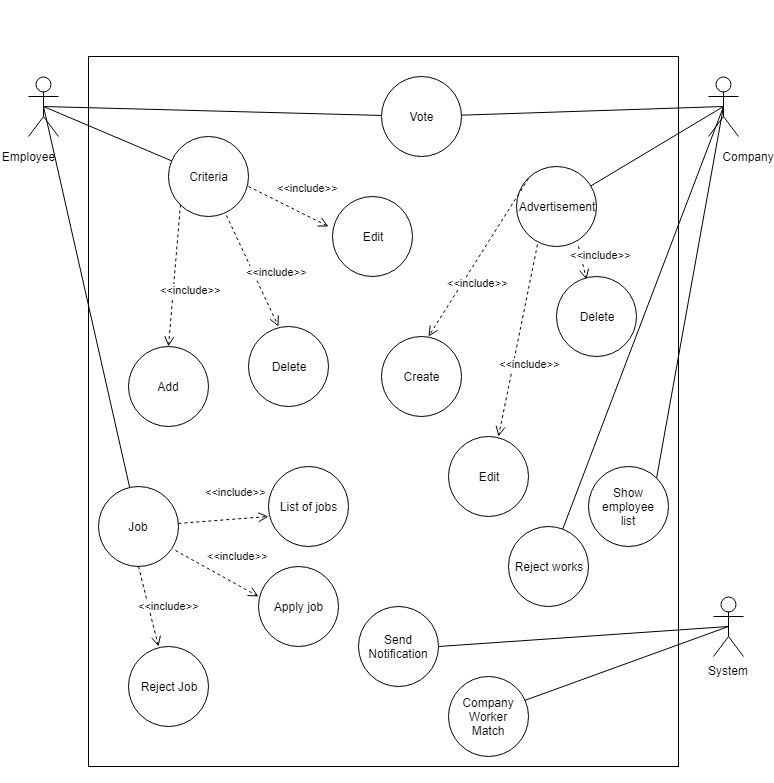
This is Documents/UML.png from furkankaradas/Wysiwyg, a draw.io export, as it was before one commit. Source tidied: cells renumbered, new cells last; positions are measured from the earlier drawing's top-left corner, leaving out a move shared by most shapes.
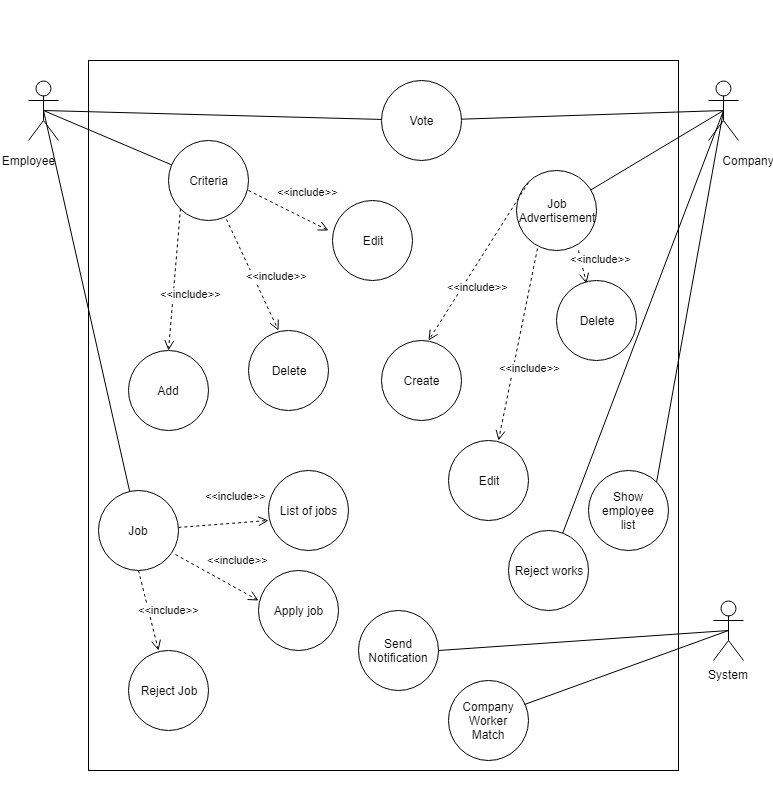
After the change.

The edit, as a diff of the source:
```diff
@@ -70,7 +70,7 @@
     <mxCell id="20" value="Reject Job" style="ellipse;whiteSpace=wrap;html=1;" parent="1" vertex="1">
       <mxGeometry x="130" y="762" width="80" height="80" as="geometry" />
     </mxCell>
-    <mxCell id="21" value="Advertisement" style="ellipse;whiteSpace=wrap;html=1;" parent="1" vertex="1">
+    <mxCell id="21" value="Job&lt;br&gt;Advertisement" style="ellipse;whiteSpace=wrap;html=1;" parent="1" vertex="1">
       <mxGeometry x="518" y="282" width="80" height="80" as="geometry" />
     </mxCell>
     <mxCell id="22" value="&amp;lt;&amp;lt;include&amp;gt;&amp;gt;" style="html=1;verticalAlign=bottom;endArrow=open;dashed=1;endSize=8;exitX=0.775;exitY=1;exitDx=0;exitDy=0;exitPerimeter=0;entryX=0.377;entryY=0.04;entryDx=0;entryDy=0;entryPerimeter=0;" parent="1" edge="1" source="21" target="27">
```
